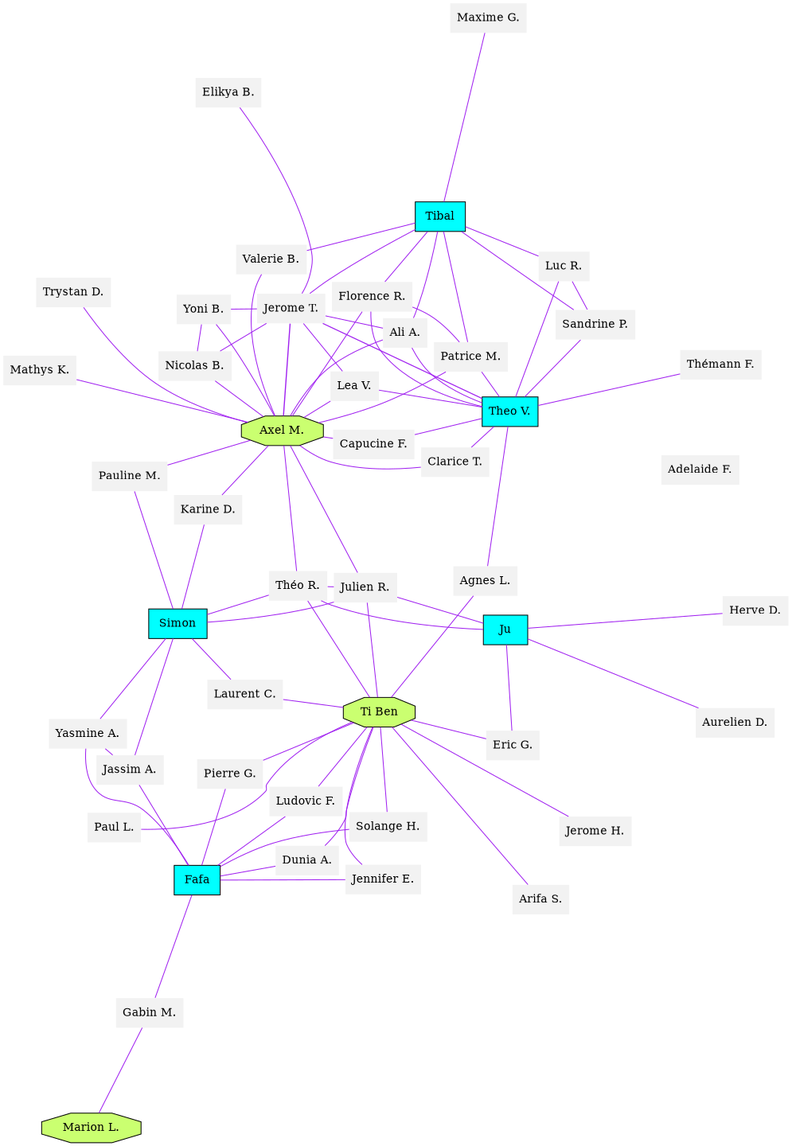
This is jumpers_BI-PLACES.dot.png from GuilhemRep/sauts, a Graphviz export, as it was before one commit. Its source is kept beside it as jumpers_BI-PLACES.dot.
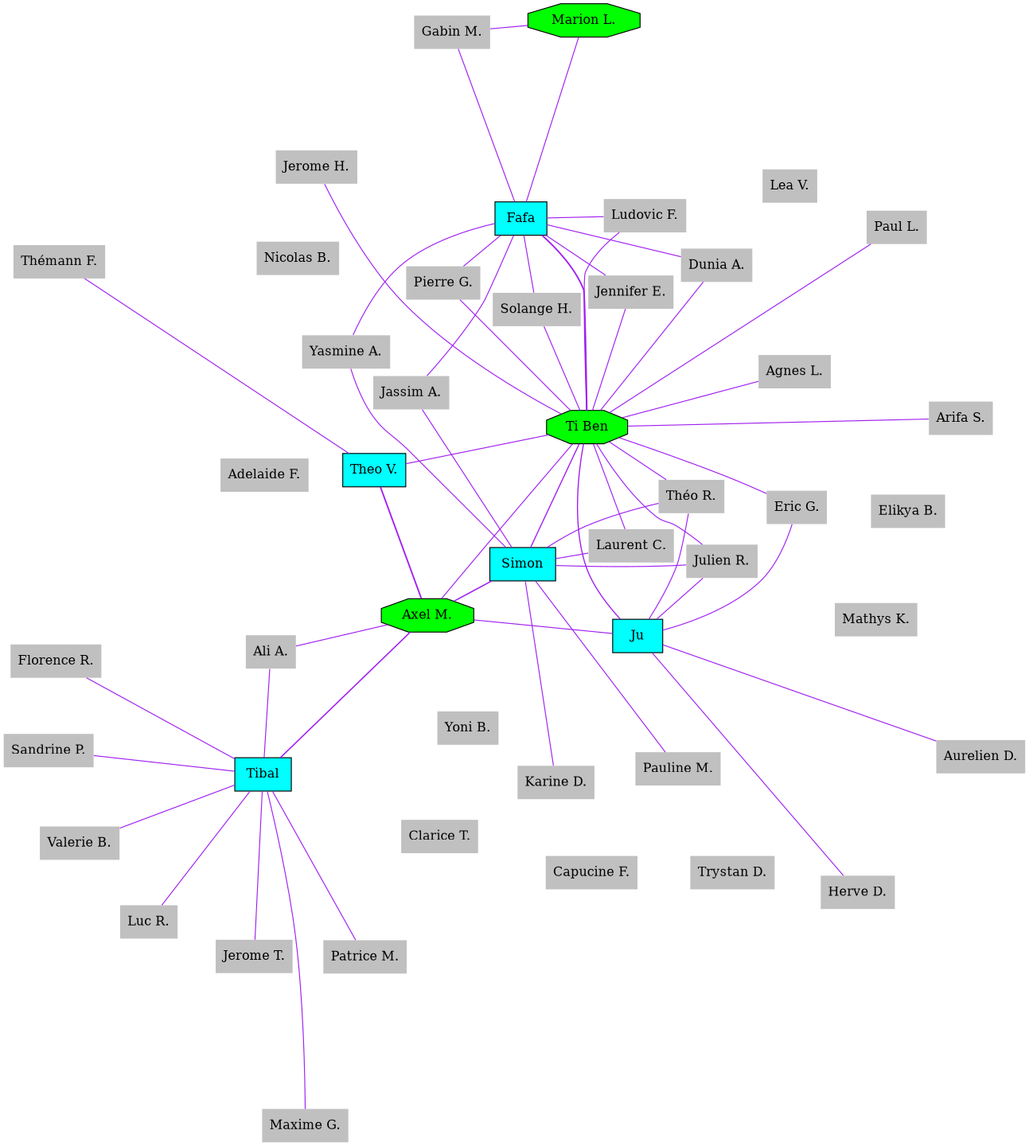
The same diagram one commit later.

Diff of the diagram source:
```diff
@@ -1,86 +1,86 @@
 graph Jumpers {
 	graph [overlap=false ratio=1 size="15,15" splines=true]
-	"Thémann F." [fillcolor=gray95 shape=none style=filled]
-	"Jassim A." [fillcolor=gray95 shape=none style=filled]
-	"Marion L." [fillcolor=darkolivegreen1 shape=octagon style=filled]
-	"Pauline M." [fillcolor=gray95 shape=none style=filled]
-	"Jerome H." [fillcolor=gray95 shape=none style=filled]
-	"Mathys K." [fillcolor=gray95 shape=none style=filled]
-	"Théo R." [fillcolor=gray95 shape=none style=filled]
-	"Clarice T." [fillcolor=gray95 shape=none style=filled]
-	"Agnes L." [fillcolor=gray95 shape=none style=filled]
-	"Capucine F." [fillcolor=gray95 shape=none style=filled]
-	"Jennifer E." [fillcolor=gray95 shape=none style=filled]
-	"Jerome T." [fillcolor=gray95 shape=none style=filled]
-	"Ti Ben" [fillcolor=darkolivegreen1 shape=octagon style=filled]
-	"Julien R." [fillcolor=gray95 shape=none style=filled]
-	"Elikya B." [fillcolor=gray95 shape=none style=filled]
-	"Arifa S." [fillcolor=gray95 shape=none style=filled]
-	"Eric G." [fillcolor=gray95 shape=none style=filled]
-	"Axel M." [fillcolor=darkolivegreen1 shape=octagon style=filled]
-	"Yasmine A." [fillcolor=gray95 shape=none style=filled]
-	"Pierre G." [fillcolor=gray95 shape=none style=filled]
+	" Simon " [fillcolor=cyan shape=rectangle style=filled]
+	"Yoni B." [fillcolor=gray shape=none style=filled]
+	"Eric G." [fillcolor=gray shape=none style=filled]
+	"Luc R." [fillcolor=gray shape=none style=filled]
+	"Nicolas B." [fillcolor=gray shape=none style=filled]
 	" Fafa " [fillcolor=cyan shape=rectangle style=filled]
-	"Dunia A." [fillcolor=gray95 shape=none style=filled]
+	"Agnes L." [fillcolor=gray shape=none style=filled]
+	"Jerome H." [fillcolor=gray shape=none style=filled]
+	"Valerie B." [fillcolor=gray shape=none style=filled]
+	"Herve D." [fillcolor=gray shape=none style=filled]
+	"Solange H." [fillcolor=gray shape=none style=filled]
+	"Pauline M." [fillcolor=gray shape=none style=filled]
+	"Jerome T." [fillcolor=gray shape=none style=filled]
+	"Sandrine P." [fillcolor=gray shape=none style=filled]
+	"Arifa S." [fillcolor=gray shape=none style=filled]
+	"Dunia A." [fillcolor=gray shape=none style=filled]
+	"Adelaide F." [fillcolor=gray shape=none style=filled]
+	"Yasmine A." [fillcolor=gray shape=none style=filled]
+	"Patrice M." [fillcolor=gray shape=none style=filled]
+	"Julien R." [fillcolor=gray shape=none style=filled]
+	"Theo V." [fillcolor=cyan shape=rectangle style=filled]
+	"Jassim A." [fillcolor=gray shape=none style=filled]
+	"Gabin M." [fillcolor=gray shape=none style=filled]
+	"Ti Ben" [fillcolor=green shape=octagon style=filled]
 	" Tibal " [fillcolor=cyan shape=rectangle style=filled]
-	"Solange H." [fillcolor=gray95 shape=none style=filled]
-	"Laurent C." [fillcolor=gray95 shape=none style=filled]
-	"Sandrine P." [fillcolor=gray95 shape=none style=filled]
-	"Maxime G." [fillcolor=gray95 shape=none style=filled]
-	"Karine D." [fillcolor=gray95 shape=none style=filled]
-	"Ali A." [fillcolor=gray95 shape=none style=filled]
-	"Nicolas B." [fillcolor=gray95 shape=none style=filled]
-	"Lea V." [fillcolor=gray95 shape=none style=filled]
-	"Florence R." [fillcolor=gray95 shape=none style=filled]
-	"Aurelien D." [fillcolor=gray95 shape=none style=filled]
-	"Valerie B." [fillcolor=gray95 shape=none style=filled]
-	"Herve D." [fillcolor=gray95 shape=none style=filled]
-	"Patrice M." [fillcolor=gray95 shape=none style=filled]
-	"Gabin M." [fillcolor=gray95 shape=none style=filled]
-	"Theo V." [fillcolor=cyan shape=rectangle style=filled]
-	"Trystan D." [fillcolor=gray95 shape=none style=filled]
-	"Yoni B." [fillcolor=gray95 shape=none style=filled]
-	"Adelaide F." [fillcolor=gray95 shape=none style=filled]
-	"Paul L." [fillcolor=gray95 shape=none style=filled]
-	"Ludovic F." [fillcolor=gray95 shape=none style=filled]
-	" Simon " [fillcolor=cyan shape=rectangle style=filled]
+	"Ludovic F." [fillcolor=gray shape=none style=filled]
+	"Paul L." [fillcolor=gray shape=none style=filled]
+	"Lea V." [fillcolor=gray shape=none style=filled]
+	"Florence R." [fillcolor=gray shape=none style=filled]
+	"Maxime G." [fillcolor=gray shape=none style=filled]
+	"Théo R." [fillcolor=gray shape=none style=filled]
+	"Clarice T." [fillcolor=gray shape=none style=filled]
+	"Ali A." [fillcolor=gray shape=none style=filled]
+	"Capucine F." [fillcolor=gray shape=none style=filled]
+	"Karine D." [fillcolor=gray shape=none style=filled]
+	"Trystan D." [fillcolor=gray shape=none style=filled]
+	"Mathys K." [fillcolor=gray shape=none style=filled]
+	"Elikya B." [fillcolor=gray shape=none style=filled]
+	"Marion L." [fillcolor=green shape=octagon style=filled]
+	"Axel M." [fillcolor=green shape=octagon style=filled]
+	"Jennifer E." [fillcolor=gray shape=none style=filled]
+	"Pierre G." [fillcolor=gray shape=none style=filled]
+	"Thémann F." [fillcolor=gray shape=none style=filled]
 	" Ju " [fillcolor=cyan shape=rectangle style=filled]
-	"Luc R." [fillcolor=gray95 shape=none style=filled]
+	"Laurent C." [fillcolor=gray shape=none style=filled]
+	"Aurelien D." [fillcolor=gray shape=none style=filled]
 	" Ju " -- "Herve D." [color=purple len=1.5 penwidth=1.0]
 	" Fafa " -- "Jennifer E." [color=purple len=1.0 penwidth=1.0]
 	"Jennifer E." -- "Ti Ben" [color=purple len=1.0 penwidth=1.0]
+	" Fafa " -- "Ti Ben" [color=purple len=1.0 penwidth=1.618033988749895]
 	" Fafa " -- "Dunia A." [color=purple len=1.0 penwidth=1.0]
 	"Dunia A." -- "Ti Ben" [color=purple len=1.0 penwidth=1.0]
 	" Ju " -- "Eric G." [color=purple len=1.0 penwidth=1.0]
 	"Eric G." -- "Ti Ben" [color=purple len=1.0 penwidth=1.0]
+	" Ju " -- "Ti Ben" [color=purple len=1.0 penwidth=1.2071067811865475]
 	" Ju " -- "Aurelien D." [color=purple len=1.5 penwidth=1.0]
-	"Capucine F." -- "Theo V." [color=purple len=1.0 penwidth=1.0]
-	"Axel M." -- "Capucine F." [color=purple len=1.0 penwidth=1.0]
+	"Axel M." -- "Theo V." [color=purple len=1.0 penwidth=1.618033988749895]
 	" Fafa " -- "Ludovic F." [color=purple len=1.0 penwidth=1.0]
 	"Ludovic F." -- "Ti Ben" [color=purple len=1.0 penwidth=1.0]
 	" Fafa " -- "Solange H." [color=purple len=1.0 penwidth=1.0]
 	"Solange H." -- "Ti Ben" [color=purple len=1.0 penwidth=1.0]
 	" Simon " -- "Karine D." [color=purple len=1.0 penwidth=1.0]
-	"Axel M." -- "Karine D." [color=purple len=1.0 penwidth=1.0]
+	" Simon " -- "Axel M." [color=purple len=1.0 penwidth=1.3660254037844386]
 	" Fafa " -- "Pierre G." [color=purple len=1.0 penwidth=1.0]
 	"Pierre G." -- "Ti Ben" [color=purple len=1.0 penwidth=1.0]
-	"Agnes L." -- "Theo V." [color=purple len=1.0 penwidth=1.0]
 	"Agnes L." -- "Ti Ben" [color=purple len=1.0 penwidth=1.0]
+	"Theo V." -- "Ti Ben" [color=purple len=1.0 penwidth=1.0]
 	" Simon " -- "Pauline M." [color=purple len=1.0 penwidth=1.0]
-	"Axel M." -- "Pauline M." [color=purple len=1.0 penwidth=1.0]
 	" Fafa " -- "Gabin M." [color=purple len=1.0 penwidth=1.0]
 	"Gabin M." -- "Marion L." [color=purple len=1.0 penwidth=1.0]
+	" Fafa " -- "Marion L." [color=purple len=1.0 penwidth=1.0]
 	" Ju " -- "Théo R." [color=purple len=1.0 penwidth=1.0]
 	"Théo R." -- "Ti Ben" [color=purple len=1.0 penwidth=1.0]
-	"Julien R." -- "Théo R." [color=purple len=1.0 penwidth=1.0]
 	" Simon " -- "Théo R." [color=purple len=1.0 penwidth=1.0]
-	"Axel M." -- "Théo R." [color=purple len=1.0 penwidth=1.0]
 	" Ju " -- "Julien R." [color=purple len=1.0 penwidth=1.0]
+	" Ju " -- "Axel M." [color=purple len=1.0 penwidth=1.0]
 	"Julien R." -- "Ti Ben" [color=purple len=1.0 penwidth=1.0]
+	" Simon " -- "Ti Ben" [color=purple len=1.0 penwidth=1.2071067811865475]
+	"Axel M." -- "Ti Ben" [color=purple len=1.0 penwidth=1.0]
 	" Simon " -- "Julien R." [color=purple len=1.0 penwidth=1.0]
-	"Axel M." -- "Julien R." [color=purple len=1.0 penwidth=1.0]
 	" Simon " -- "Jassim A." [color=purple len=1.0 penwidth=1.0]
-	"Jassim A." -- "Yasmine A." [color=purple len=1.0 penwidth=1.0]
 	" Fafa " -- "Jassim A." [color=purple len=1.0 penwidth=1.0]
 	" Simon " -- "Yasmine A." [color=purple len=1.0 penwidth=1.0]
 	" Fafa " -- "Yasmine A." [color=purple len=1.0 penwidth=1.0]
@@ -88,41 +88,16 @@
 	"Laurent C." -- "Ti Ben" [color=purple len=1.0 penwidth=1.0]
 	"Theo V." -- "Thémann F." [color=purple len=1.5 penwidth=1.0]
 	"Paul L." -- "Ti Ben" [color=purple len=1.5 penwidth=1.0]
-	"Clarice T." -- "Theo V." [color=purple len=1.0 penwidth=1.0]
-	"Axel M." -- "Clarice T." [color=purple len=1.0 penwidth=1.0]
-	"Jerome T." -- "Lea V." [color=purple len=1.0 penwidth=1.0]
-	"Lea V." -- "Theo V." [color=purple len=1.0 penwidth=1.0]
-	"Axel M." -- "Lea V." [color=purple len=1.0 penwidth=1.0]
-	"Jerome T." -- "Theo V." [color=purple len=1.0 penwidth=1.2071067811865475]
-	"Axel M." -- "Jerome T." [color=purple len=1.0 penwidth=1.3660254037844386]
-	"Luc R." -- "Theo V." [color=purple len=1.0 penwidth=1.0]
-	"Sandrine P." -- "Theo V." [color=purple len=1.0 penwidth=1.0]
 	" Tibal " -- "Luc R." [color=purple len=1.0 penwidth=1.0]
-	"Luc R." -- "Sandrine P." [color=purple len=1.0 penwidth=1.0]
 	" Tibal " -- "Sandrine P." [color=purple len=1.0 penwidth=1.0]
 	"Arifa S." -- "Ti Ben" [color=purple len=1.5 penwidth=1.0]
 	"Jerome H." -- "Ti Ben" [color=purple len=1.5 penwidth=1.0]
-	"Axel M." -- "Trystan D." [color=purple len=1.5 penwidth=1.0]
+	" Tibal " -- "Axel M." [color=purple len=1.0 penwidth=1.3660254037844386]
 	" Tibal " -- "Ali A." [color=purple len=1.0 penwidth=1.0]
 	" Tibal " -- "Jerome T." [color=purple len=1.0 penwidth=1.0]
 	"Ali A." -- "Axel M." [color=purple len=1.0 penwidth=1.0]
-	"Ali A." -- "Theo V." [color=purple len=1.0 penwidth=1.0]
-	"Ali A." -- "Jerome T." [color=purple len=1.0 penwidth=1.0]
-	"Jerome T." -- "Nicolas B." [color=purple len=1.0 penwidth=1.0]
-	"Nicolas B." -- "Yoni B." [color=purple len=1.0 penwidth=1.0]
-	"Axel M." -- "Nicolas B." [color=purple len=1.0 penwidth=1.0]
-	"Jerome T." -- "Yoni B." [color=purple len=1.0 penwidth=1.0]
-	"Axel M." -- "Yoni B." [color=purple len=1.0 penwidth=1.0]
-	"Axel M." -- "Mathys K." [color=purple len=1.5 penwidth=1.0]
 	" Tibal " -- "Valerie B." [color=purple len=1.0 penwidth=1.0]
-	"Axel M." -- "Valerie B." [color=purple len=1.0 penwidth=1.0]
-	"Elikya B." -- "Jerome T." [color=purple len=1.5 penwidth=1.0]
-	"Patrice M." -- "Theo V." [color=purple len=1.0 penwidth=1.0]
-	"Axel M." -- "Patrice M." [color=purple len=1.0 penwidth=1.0]
-	"Florence R." -- "Patrice M." [color=purple len=1.0 penwidth=1.0]
 	" Tibal " -- "Patrice M." [color=purple len=1.0 penwidth=1.0]
-	"Florence R." -- "Theo V." [color=purple len=1.0 penwidth=1.0]
-	"Axel M." -- "Florence R." [color=purple len=1.0 penwidth=1.0]
 	" Tibal " -- "Florence R." [color=purple len=1.0 penwidth=1.0]
 	" Tibal " -- "Maxime G." [color=purple len=1.5 penwidth=1.0]
 }
```
